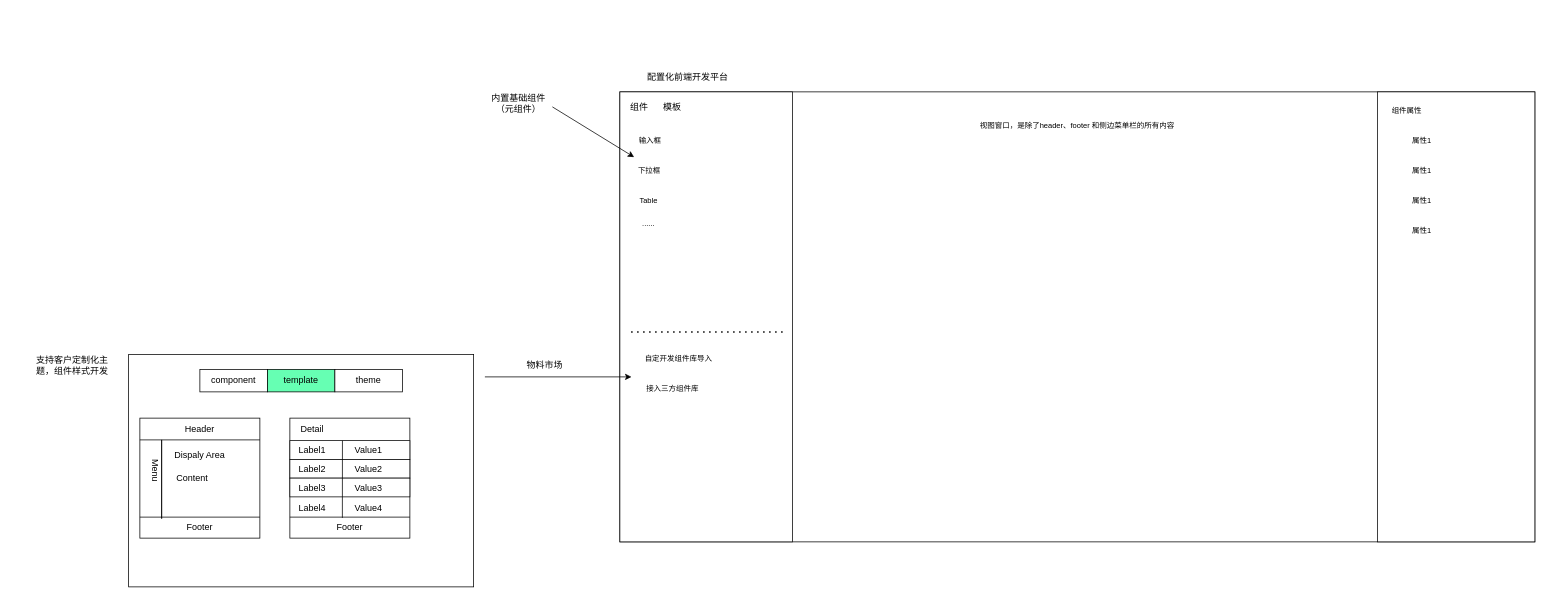
This is Untitled Diagram.drawio from chenggangyin/kindergarten_manager, a draw.io file, before an edit. Source tidied: cells renumbered, new cells numbered last; positions are measured from the earlier drawing's top-left corner, leaving out a move shared by most shapes. Both pictures are drawn from the tidied source at 75%, with x=0, y=0 at pixel (27, 69).
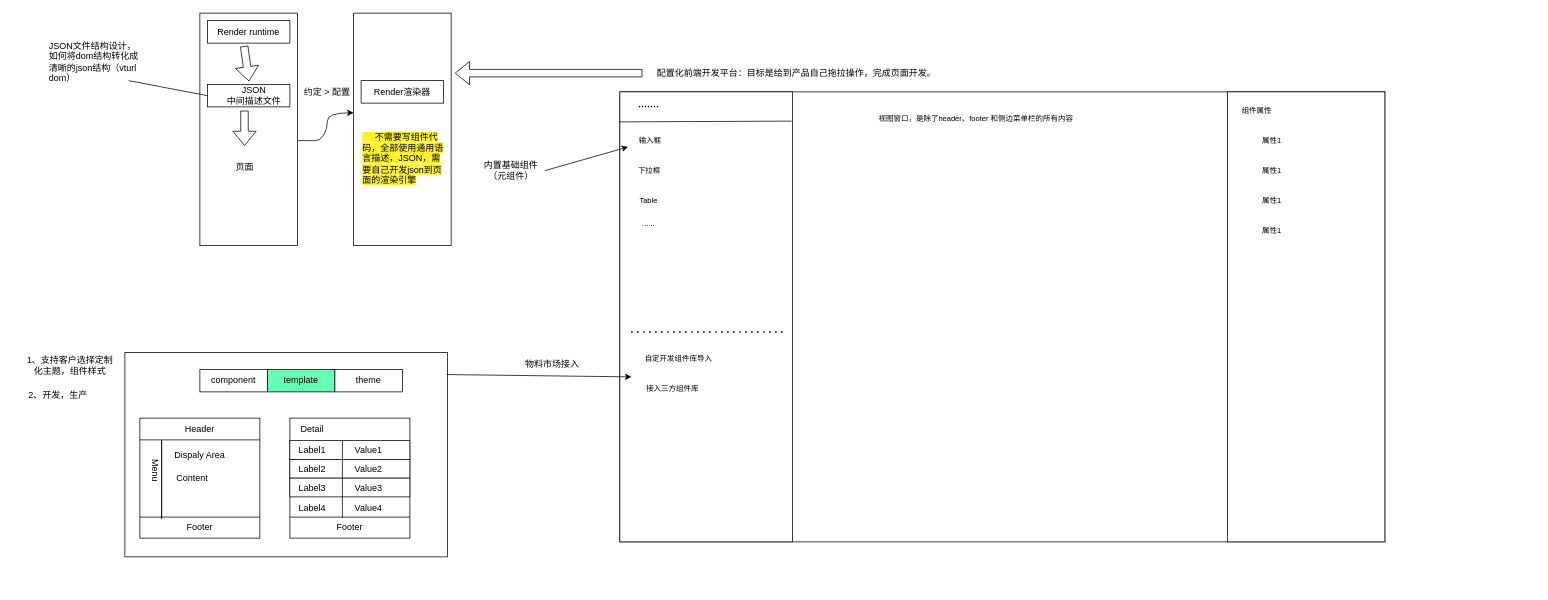
The same page after the edit.

Unchanged cells that the change refers to:
```xml
<mxCell id="5" style="rounded=0;whiteSpace=wrap;html=1;" parent="1" vertex="1">
  <mxGeometry x="790" y="30" width="230" height="600" as="geometry" />
</mxCell>
<mxCell id="9" value="&lt;font style=&quot;font-size: 10px&quot;&gt;输入框&lt;/font&gt;" style="text;html=1;strokeColor=none;fillColor=none;align=center;verticalAlign=middle;whiteSpace=wrap;rounded=0;" parent="1" vertex="1">
  <mxGeometry x="801" y="80" width="59" height="30" as="geometry" />
</mxCell>
<mxCell id="10" value="&lt;font style=&quot;font-size: 10px&quot;&gt;下拉框&lt;/font&gt;" style="text;html=1;strokeColor=none;fillColor=none;align=center;verticalAlign=middle;whiteSpace=wrap;rounded=0;" parent="1" vertex="1">
  <mxGeometry x="800" y="120" width="59" height="30" as="geometry" />
</mxCell>
<mxCell id="24" value="&lt;span style=&quot;font-size: 10px&quot;&gt;接入三方组件库&lt;/span&gt;" style="text;html=1;strokeColor=none;fillColor=none;align=center;verticalAlign=middle;whiteSpace=wrap;rounded=0;" parent="1" vertex="1">
  <mxGeometry x="805.5" y="410" width="109" height="30" as="geometry" />
</mxCell>
```

The edit, as a diff of the source:
```diff
@@
     <mxCell id="2" style="rounded=0;whiteSpace=wrap;html=1;fillColor=#FFFFFF;" parent="1" vertex="1">
-      <mxGeometry x="135" y="380" width="460" height="310" as="geometry" />
+      <mxGeometry x="130" y="377.5" width="430" height="272.5" as="geometry" />
     </mxCell>
-    <mxCell id="3" value="配置化前端开发平台" style="text;html=1;align=center;verticalAlign=middle;fillColor=none;strokeColor=none;rounded=0;" parent="1" vertex="1">
-      <mxGeometry x="820" width="120" height="20" as="geometry" />
+    <mxCell id="3" value="配置化前端开发平台：目标是给到产品自己拖拉操作，完成页面开发。" style="text;html=1;align=center;verticalAlign=middle;fillColor=none;strokeColor=none;rounded=0;" parent="1" vertex="1">
+      <mxGeometry x="830" y="-5" width="390" height="20" as="geometry" />
     </mxCell>
     <mxCell id="4" style="rounded=0;whiteSpace=wrap;html=1;" parent="1" vertex="1">
-      <mxGeometry x="790" y="30" width="1220" height="600" as="geometry" />
+      <mxGeometry x="790" y="30" width="1020" height="600" as="geometry" />
     </mxCell>
@@
     <mxCell id="6" style="rounded=0;whiteSpace=wrap;html=1;" parent="1" vertex="1">
-      <mxGeometry x="1800" y="30" width="210" height="600" as="geometry" />
+      <mxGeometry x="1600" y="30" width="210" height="600" as="geometry" />
     </mxCell>
-    <mxCell id="7" value="模板" style="text;html=1;strokeColor=none;fillColor=none;align=center;verticalAlign=middle;whiteSpace=wrap;rounded=0;" parent="1" vertex="1">
-      <mxGeometry x="840" y="40" width="40" height="20" as="geometry" />
-    </mxCell>
-    <mxCell id="8" value="组件" style="text;html=1;strokeColor=none;fillColor=none;align=center;verticalAlign=middle;whiteSpace=wrap;rounded=0;" parent="1" vertex="1">
-      <mxGeometry x="801" y="40" width="30" height="20" as="geometry" />
+    <mxCell id="8" value="&lt;b&gt;·······&lt;/b&gt;" style="text;html=1;strokeColor=none;fillColor=none;align=center;verticalAlign=middle;whiteSpace=wrap;rounded=0;" parent="1" vertex="1">
+      <mxGeometry x="813.5" y="40" width="30" height="20" as="geometry" />
     </mxCell>
@@
     <mxCell id="13" value="&lt;span style=&quot;font-size: 10px&quot;&gt;组件属性&lt;/span&gt;" style="text;html=1;strokeColor=none;fillColor=none;align=center;verticalAlign=middle;whiteSpace=wrap;rounded=0;" parent="1" vertex="1">
-      <mxGeometry x="1810" y="40" width="59" height="30" as="geometry" />
+      <mxGeometry x="1610" y="40" width="59" height="30" as="geometry" />
     </mxCell>
     <mxCell id="14" value="&lt;span style=&quot;font-size: 10px&quot;&gt;属性1&lt;/span&gt;" style="text;html=1;strokeColor=none;fillColor=none;align=center;verticalAlign=middle;whiteSpace=wrap;rounded=0;" parent="1" vertex="1">
-      <mxGeometry x="1830" y="80" width="59" height="30" as="geometry" />
+      <mxGeometry x="1630" y="80" width="59" height="30" as="geometry" />
     </mxCell>
     <mxCell id="15" value="&lt;span style=&quot;font-size: 10px&quot;&gt;属性1&lt;/span&gt;" style="text;html=1;strokeColor=none;fillColor=none;align=center;verticalAlign=middle;whiteSpace=wrap;rounded=0;" parent="1" vertex="1">
-      <mxGeometry x="1830" y="120" width="59" height="30" as="geometry" />
+      <mxGeometry x="1630" y="120" width="59" height="30" as="geometry" />
     </mxCell>
     <mxCell id="16" value="&lt;span style=&quot;font-size: 10px&quot;&gt;属性1&lt;/span&gt;" style="text;html=1;strokeColor=none;fillColor=none;align=center;verticalAlign=middle;whiteSpace=wrap;rounded=0;" parent="1" vertex="1">
-      <mxGeometry x="1830" y="160" width="59" height="30" as="geometry" />
+      <mxGeometry x="1630" y="160" width="59" height="30" as="geometry" />
     </mxCell>
     <mxCell id="17" value="&lt;span style=&quot;font-size: 10px&quot;&gt;属性1&lt;/span&gt;" style="text;html=1;strokeColor=none;fillColor=none;align=center;verticalAlign=middle;whiteSpace=wrap;rounded=0;" parent="1" vertex="1">
-      <mxGeometry x="1830" y="200" width="59" height="30" as="geometry" />
+      <mxGeometry x="1630" y="200" width="59" height="30" as="geometry" />
     </mxCell>
     <mxCell id="18" value="&lt;span style=&quot;font-size: 10px&quot;&gt;视图窗口，是除了header、footer 和侧边菜单栏的所有内容&lt;br&gt;&lt;/span&gt;" style="text;html=1;strokeColor=none;fillColor=none;align=center;verticalAlign=middle;whiteSpace=wrap;rounded=0;" parent="1" vertex="1">
-      <mxGeometry x="1235" y="60" width="330" height="30" as="geometry" />
+      <mxGeometry x="1100" y="50" width="330" height="30" as="geometry" />
     </mxCell>
     <mxCell id="19" value="内置基础组件（元组件）" style="text;html=1;strokeColor=none;fillColor=none;align=center;verticalAlign=middle;whiteSpace=wrap;rounded=0;" parent="1" vertex="1">
-      <mxGeometry x="610" y="30" width="90" height="30" as="geometry" />
+      <mxGeometry x="600" y="120" width="90" height="30" as="geometry" />
     </mxCell>
-    <mxCell id="20" style="endArrow=classic;html=1;rounded=0;entryX=0.153;entryY=-0.1;entryDx=0;entryDy=0;entryPerimeter=0;" parent="1" edge="1" target="10">
-      <mxGeometry relative="1" as="geometry">
-        <mxPoint x="700" y="50" as="sourcePoint" />
-      </mxGeometry>
+    <mxCell id="20" style="endArrow=classic;html=1;rounded=0;exitX=1;exitY=0.5;exitDx=0;exitDy=0;" parent="1" edge="1" source="19" target="9">
+      <mxGeometry relative="1" as="geometry" />
     </mxCell>
-    <mxCell id="21" style="endArrow=classic;html=1;rounded=0;entryX=0;entryY=0;entryDx=0;entryDy=0;" parent="1" edge="1" target="24">
-      <mxGeometry relative="1" as="geometry">
-        <mxPoint x="610" y="410" as="sourcePoint" />
-      </mxGeometry>
+    <mxCell id="21" style="endArrow=classic;html=1;rounded=0;entryX=0;entryY=0;entryDx=0;entryDy=0;exitX=0.998;exitY=0.108;exitDx=0;exitDy=0;exitPerimeter=0;" parent="1" edge="1" source="2" target="24">
+      <mxGeometry relative="1" as="geometry" />
     </mxCell>
@@
-    <mxCell id="25" value="物料市场" style="text;html=1;strokeColor=none;fillColor=none;align=center;verticalAlign=middle;whiteSpace=wrap;rounded=0;rotation=0;" parent="1" vertex="1">
-      <mxGeometry x="660" y="380" width="60" height="30" as="geometry" />
+    <mxCell id="25" value="物料市场接入" style="text;html=1;strokeColor=none;fillColor=none;align=center;verticalAlign=middle;whiteSpace=wrap;rounded=0;rotation=0;" parent="1" vertex="1">
+      <mxGeometry x="660" y="377.5" width="80" height="30" as="geometry" />
     </mxCell>
-    <mxCell id="26" value="支持客户定制化主题，组件样式开发" style="text;html=1;strokeColor=none;fillColor=none;align=center;verticalAlign=middle;whiteSpace=wrap;rounded=0;" parent="1" vertex="1">
-      <mxGeometry y="380" width="120" height="30" as="geometry" />
+    <mxCell id="26" value="1、支持客户选择定制化主题，组件样式" style="text;html=1;strokeColor=none;fillColor=none;align=center;verticalAlign=middle;whiteSpace=wrap;rounded=0;" parent="1" vertex="1">
+      <mxGeometry x="-3" y="380" width="120" height="30" as="geometry" />
     </mxCell>
@@
+    <mxCell id="55" value="2、开发，生产" style="text;html=1;strokeColor=none;fillColor=none;align=center;verticalAlign=middle;whiteSpace=wrap;rounded=0;" parent="1" vertex="1">
+      <mxGeometry x="-19" y="420" width="120" height="30" as="geometry" />
+    </mxCell>
+    <mxCell id="56" style="rounded=0;whiteSpace=wrap;html=1;fillColor=#FFFFFF;" parent="1" vertex="1">
+      <mxGeometry x="230" y="-75" width="130" height="310" as="geometry" />
+    </mxCell>
+    <mxCell id="57" style="rounded=0;whiteSpace=wrap;html=1;fillColor=#FFFFFF;" parent="1" vertex="1">
+      <mxGeometry x="240" y="-65" width="110" height="30" as="geometry" />
+    </mxCell>
+    <mxCell id="58" value="Render runtime" style="text;html=1;strokeColor=none;fillColor=none;align=center;verticalAlign=middle;whiteSpace=wrap;rounded=0;" parent="1" vertex="1">
+      <mxGeometry x="245" y="-65" width="100" height="30" as="geometry" />
+    </mxCell>
+    <mxCell id="59" style="rounded=0;whiteSpace=wrap;html=1;fillColor=#FFFFFF;" parent="1" vertex="1">
+      <mxGeometry x="240" y="20" width="110" height="30" as="geometry" />
+    </mxCell>
+    <mxCell id="60" value="JSON&lt;br&gt;中间描述文件" style="text;html=1;strokeColor=none;fillColor=none;align=center;verticalAlign=middle;whiteSpace=wrap;rounded=0;" parent="1" vertex="1">
+      <mxGeometry x="245" y="20" width="115" height="30" as="geometry" />
+    </mxCell>
+    <mxCell id="61" value="页面" style="text;html=1;strokeColor=none;fillColor=none;align=center;verticalAlign=middle;whiteSpace=wrap;rounded=0;" parent="1" vertex="1">
+      <mxGeometry x="240" y="115" width="100" height="30" as="geometry" />
+    </mxCell>
+    <mxCell id="62" style="shape=flexArrow;endArrow=classic;html=1;rounded=0;exitX=0.44;exitY=1.133;exitDx=0;exitDy=0;exitPerimeter=0;entryX=0.44;entryY=-0.133;entryDx=0;entryDy=0;entryPerimeter=0;" parent="1" edge="1" source="58" target="60">
+      <mxGeometry relative="1" as="geometry" />
+    </mxCell>
+    <mxCell id="63" style="shape=flexArrow;endArrow=classic;html=1;rounded=0;exitX=0.44;exitY=1.133;exitDx=0;exitDy=0;exitPerimeter=0;entryX=0.44;entryY=-0.133;entryDx=0;entryDy=0;entryPerimeter=0;" parent="1" edge="1">
+      <mxGeometry relative="1" as="geometry">
+        <mxPoint x="289.5" y="55" as="sourcePoint" />
+        <mxPoint x="289.5" y="102" as="targetPoint" />
+      </mxGeometry>
+    </mxCell>
+    <mxCell id="64" style="rounded=0;whiteSpace=wrap;html=1;fillColor=#FFFFFF;" parent="1" vertex="1">
+      <mxGeometry x="435" y="-75" width="130" height="310" as="geometry" />
+    </mxCell>
+    <mxCell id="65" style="rounded=0;whiteSpace=wrap;html=1;fillColor=#FFFFFF;" parent="1" vertex="1">
+      <mxGeometry x="445" y="15" width="110" height="30" as="geometry" />
+    </mxCell>
+    <mxCell id="66" value="Render渲染器" style="text;html=1;strokeColor=none;fillColor=none;align=center;verticalAlign=middle;whiteSpace=wrap;rounded=0;" parent="1" vertex="1">
+      <mxGeometry x="450" y="15" width="100" height="30" as="geometry" />
+    </mxCell>
+    <mxCell id="67" style="curved=1;endArrow=classic;html=1;rounded=0;entryX=0;entryY=0.429;entryDx=0;entryDy=0;entryPerimeter=0;" parent="1" edge="1" target="64">
+      <mxGeometry relative="1" as="geometry">
+        <mxPoint x="360" y="95" as="sourcePoint" />
+        <Array as="points">
+          <mxPoint x="380" y="95" />
+          <mxPoint x="390" y="95" />
+          <mxPoint x="400" y="80" />
+          <mxPoint x="400" y="58" />
+        </Array>
+      </mxGeometry>
+    </mxCell>
+    <mxCell id="68" value="&lt;span style=&quot;background-color: rgb(255 , 241 , 46)&quot;&gt;&amp;nbsp; &amp;nbsp; &amp;nbsp;不需要写组件代码，全部使用通用语言描述，JSON，需要自己开发json到页面的渲染引擎&lt;/span&gt;" style="text;html=1;strokeColor=none;fillColor=none;align=left;verticalAlign=middle;whiteSpace=wrap;rounded=0;" parent="1" vertex="1">
+      <mxGeometry x="445" y="54" width="115" height="130" as="geometry" />
+    </mxCell>
+    <mxCell id="69" style="endArrow=none;html=1;rounded=0;entryX=0.996;entryY=0.065;entryDx=0;entryDy=0;entryPerimeter=0;" parent="1" edge="1" target="5">
+      <mxGeometry relative="1" as="geometry">
+        <mxPoint x="790" y="70" as="sourcePoint" />
+      </mxGeometry>
+    </mxCell>
+    <mxCell id="70" value="JSON文件结构设计，如何将dom结构转化成清晰的json结构（vturl dom）" style="text;html=1;strokeColor=none;fillColor=none;align=left;verticalAlign=middle;whiteSpace=wrap;rounded=0;labelBackgroundColor=#FFFFFF;" parent="1" vertex="1">
+      <mxGeometry x="27" y="-50" width="123" height="80" as="geometry" />
+    </mxCell>
+    <mxCell id="71" style="endArrow=none;html=1;rounded=0;entryX=0;entryY=0.5;entryDx=0;entryDy=0;" parent="1" edge="1">
+      <mxGeometry relative="1" as="geometry">
+        <mxPoint x="135" y="15" as="sourcePoint" />
+        <mxPoint x="240" y="35" as="targetPoint" />
+      </mxGeometry>
+    </mxCell>
+    <mxCell id="72" value="约定 &amp;gt; 配置" style="text;html=1;strokeColor=none;fillColor=none;align=center;verticalAlign=middle;whiteSpace=wrap;rounded=0;labelBackgroundColor=#FFFFFF;" parent="1" vertex="1">
+      <mxGeometry x="355" y="15" width="90" height="30" as="geometry" />
+    </mxCell>
+    <mxCell id="73" style="shape=flexArrow;endArrow=classic;html=1;rounded=0;" parent="1" edge="1">
+      <mxGeometry relative="1" as="geometry">
+        <mxPoint x="820" y="5" as="sourcePoint" />
+        <mxPoint x="570" y="5" as="targetPoint" />
+      </mxGeometry>
+    </mxCell>
```
